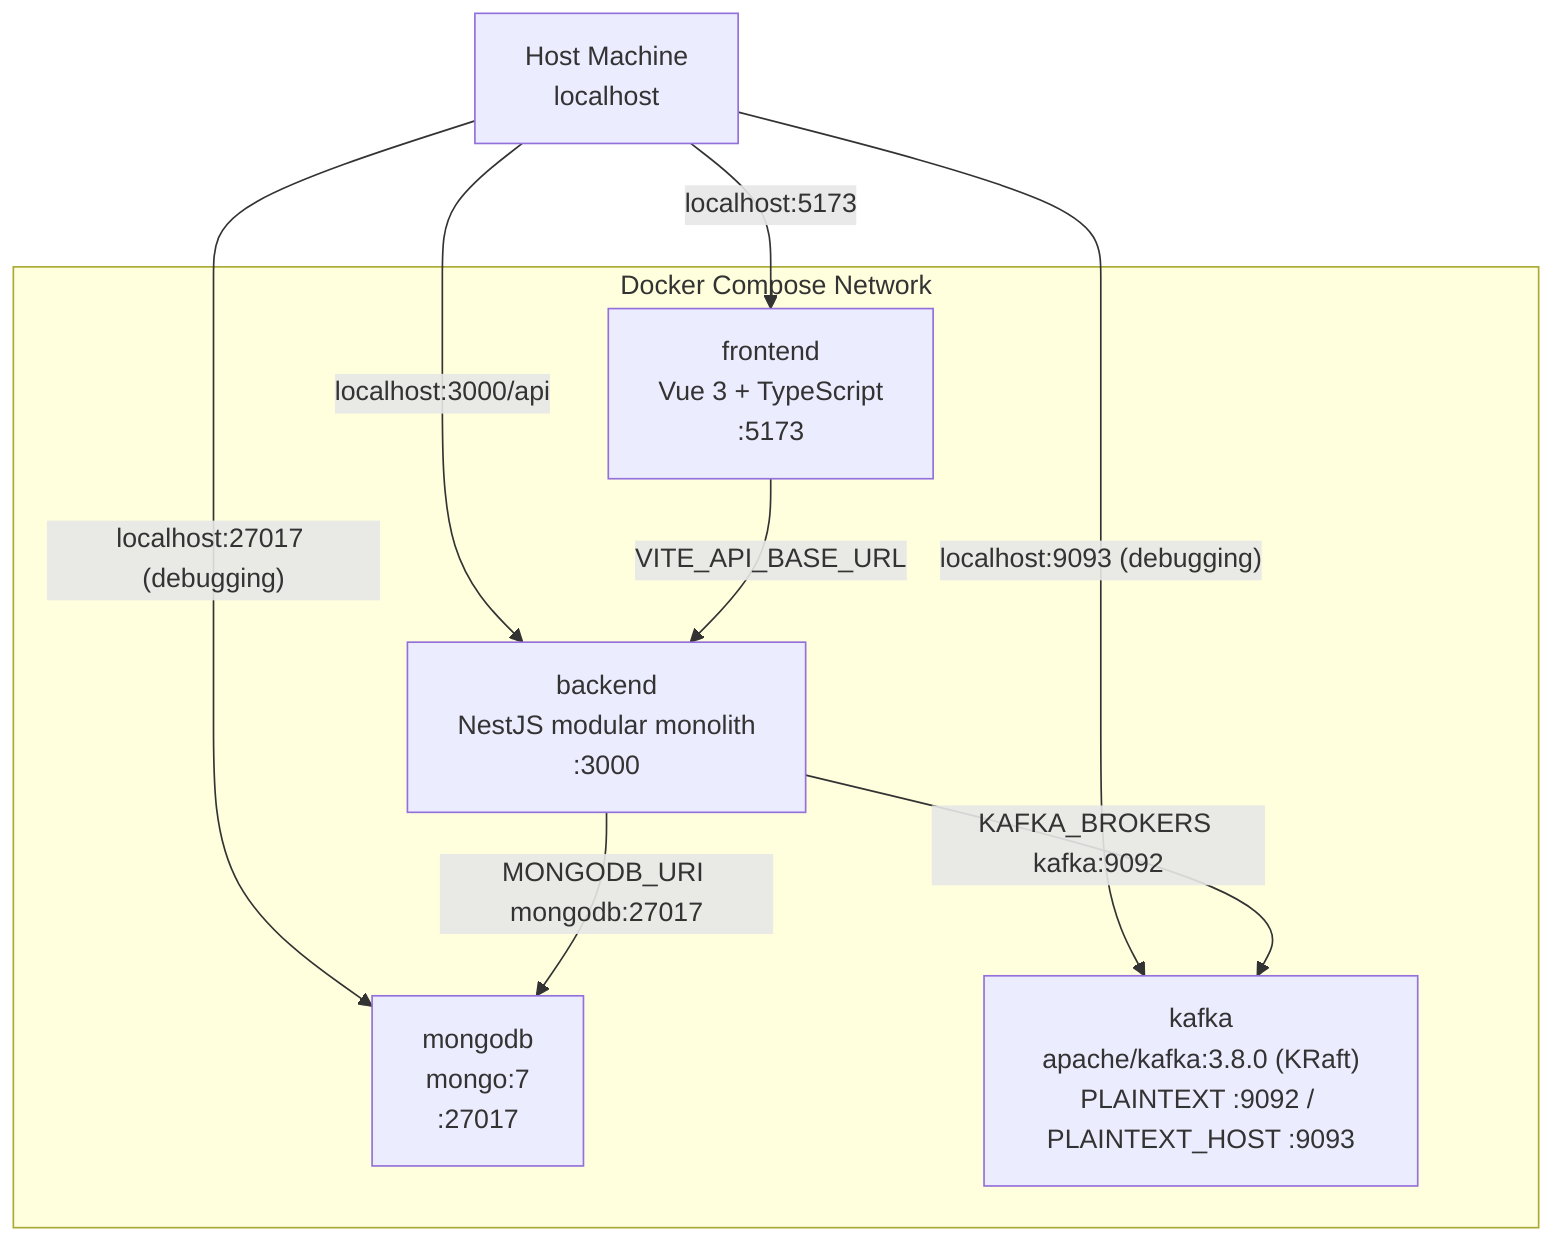
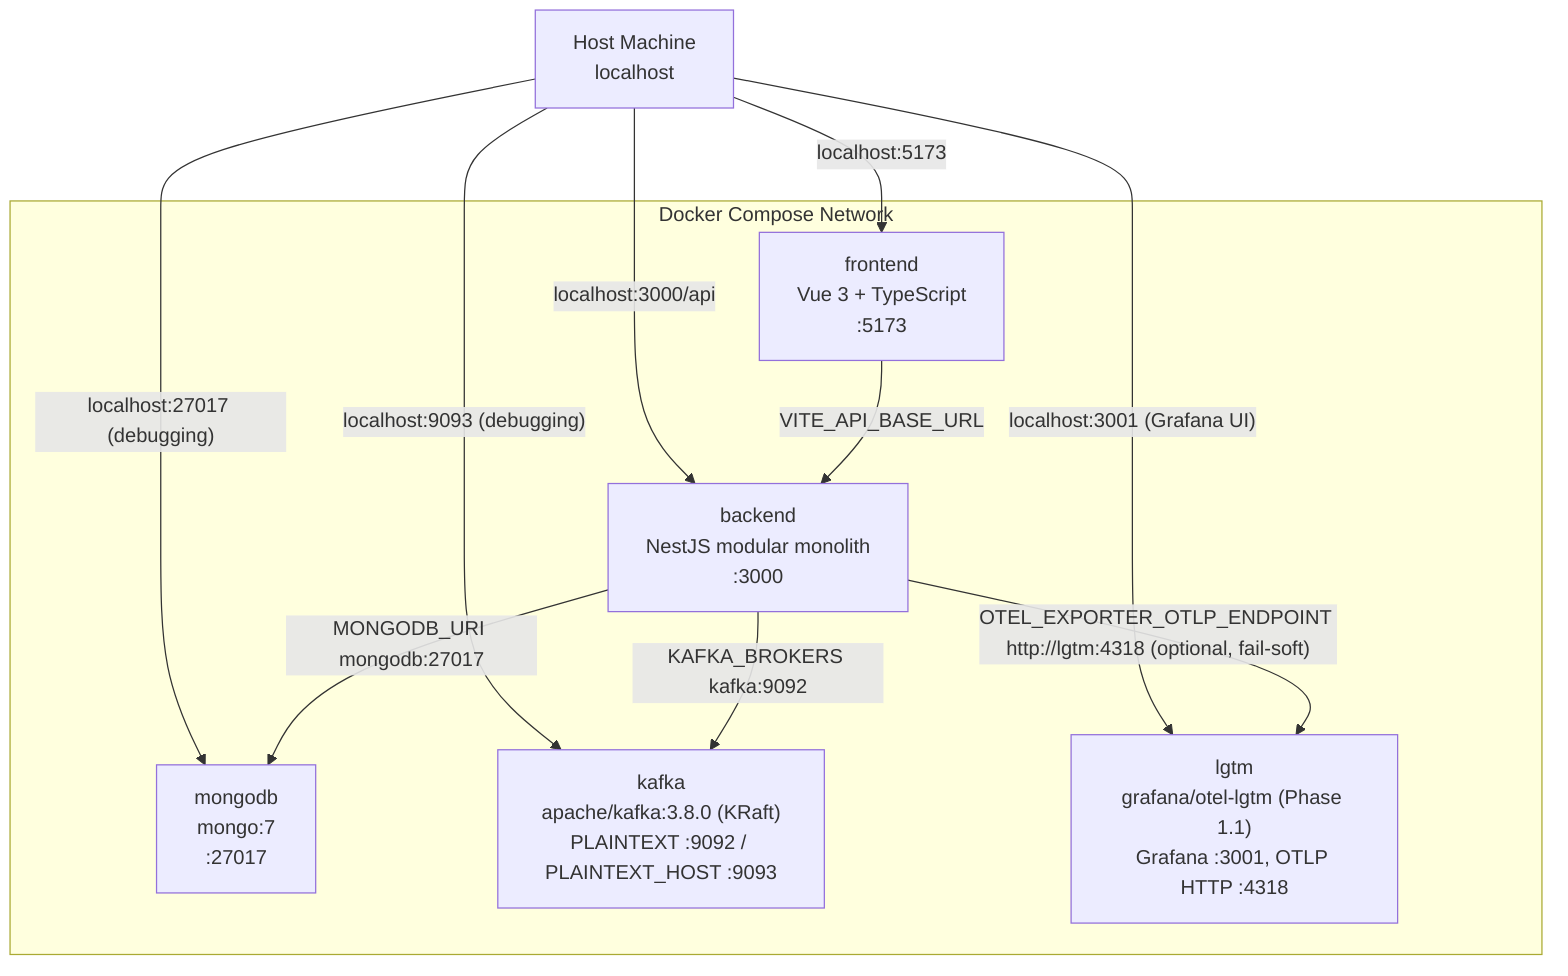
flowchart TD
    %% Deployment Topology — Local Docker Compose
    %% Source of truth for this diagram: docs/deployment/docker-compose.md
    %% Referenced (linked, not embedded) from: docs/deployment/docker-compose.md
    %% SCOPE: MVP local Docker Compose topology only (docker-compose.md sections 2-5).
    %% Does not cover the hybrid native-dev setup in local-development.md, or
    %% any future production/Kubernetes deployment (out of MVP scope).
    %% VERSIONING: update in place; do not fork per phase (see architecture.mmd).
    Host["Host Machine<br/>localhost"]

    subgraph DockerNetwork["Docker Compose Network"]
        Frontend["frontend<br/>Vue 3 + TypeScript<br/>:5173"]
        Backend["backend<br/>NestJS modular monolith<br/>:3000"]
        Mongo["mongodb<br/>mongo:7<br/>:27017"]
        Kafka["kafka<br/>apache/kafka:3.8.0 (KRaft)<br/>PLAINTEXT :9092 / PLAINTEXT_HOST :9093"]
+         Lgtm["lgtm<br/>grafana/otel-lgtm (Phase 1.1)<br/>Grafana :3001, OTLP HTTP :4318"]
    end

    Host -->|"localhost:5173"| Frontend
    Host -->|"localhost:3000/api"| Backend
    Host -->|"localhost:27017 (debugging)"| Mongo
    Host -->|"localhost:9093 (debugging)"| Kafka
+     Host -->|"localhost:3001 (Grafana UI)"| Lgtm

    Frontend -->|"VITE_API_BASE_URL"| Backend
    Backend -->|"MONGODB_URI mongodb:27017"| Mongo
    Backend -->|"KAFKA_BROKERS kafka:9092"| Kafka
+     Backend -->|"OTEL_EXPORTER_OTLP_ENDPOINT http://lgtm:4318 (optional, fail-soft)"| Lgtm
